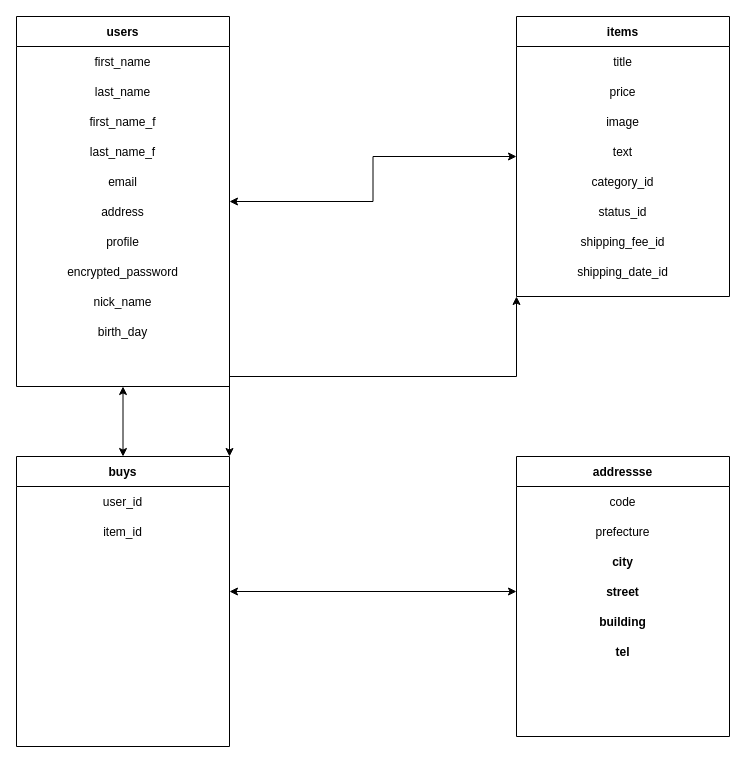
Above: er.dio in hiroforgithub/furima-32590 (draw.io), before the change. Source tidied: cells renumbered, new cells numbered last; positions are measured from the earlier drawing's top-left corner, leaving out a move shared by most shapes. Both pictures are drawn from the tidied source at 100%, with x=0, y=0 at pixel (16, 16).
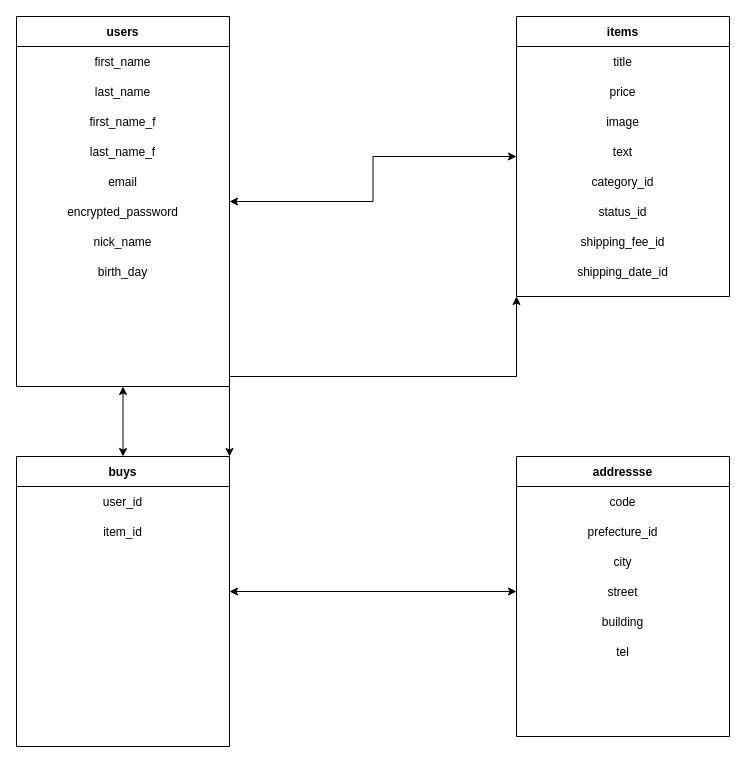
The same diagram, later.

Commit message (it also covers changes not shown here):
ER図・README記述（修正②）

Unchanged cells that the change refers to:
```xml
<mxCell id="4" value="users" style="shape=table;startSize=30;childLayout=tableLayout;rowLines=0;fontStyle=1;align=center;" parent="1" vertex="1">
  <mxGeometry width="213" height="370" as="geometry" />
</mxCell>
<mxCell id="47" style="shape=partialRectangle;fillColor=none;top=0;left=0;bottom=0;right=0;" parent="44" vertex="1">
  <mxGeometry y="60" width="213" height="30" as="geometry" />
</mxCell>
<mxCell id="49" style="shape=partialRectangle;fillColor=none;top=0;left=0;bottom=0;right=0;" parent="44" vertex="1">
  <mxGeometry y="90" width="213" height="30" as="geometry" />
</mxCell>
<mxCell id="51" style="shape=partialRectangle;fillColor=none;top=0;left=0;bottom=0;right=0;points=[[0,0.5],[1,0.5]];portConstraint=eastwest;" parent="44" vertex="1">
  <mxGeometry y="120" width="213" height="30" as="geometry" />
</mxCell>
<mxCell id="53" style="shape=partialRectangle;fillColor=none;top=0;left=0;bottom=0;right=0;" parent="44" vertex="1">
  <mxGeometry y="150" width="213" height="30" as="geometry" />
</mxCell>
<mxCell id="55" style="shape=partialRectangle;fillColor=none;top=0;left=0;bottom=0;right=0;" parent="44" vertex="1">
  <mxGeometry y="180" width="213" height="30" as="geometry" />
</mxCell>
```

Diff of the diagram source:
```diff
@@
-    <mxCell id="15" style="shape=partialRectangle;fillColor=none;top=0;left=0;bottom=0;right=0;" parent="4" vertex="1">
-      <mxGeometry y="180" width="213" height="30" as="geometry" />
-    </mxCell>
-    <mxCell id="16" value="address" style="shape=partialRectangle;fillColor=none;top=0;left=0;bottom=0;right=0;fontStyle=0;overflow=hidden;" parent="15" vertex="1">
-      <mxGeometry width="213" height="30" as="geometry" />
-    </mxCell>
-    <mxCell id="17" style="shape=partialRectangle;fillColor=none;top=0;left=0;bottom=0;right=0;" parent="4" vertex="1">
-      <mxGeometry y="210" width="213" height="30" as="geometry" />
-    </mxCell>
-    <mxCell id="18" value="profile" style="shape=partialRectangle;fillColor=none;top=0;left=0;bottom=0;right=0;fontStyle=0;overflow=hidden;" parent="17" vertex="1">
-      <mxGeometry width="213" height="30" as="geometry" />
-    </mxCell>
     <mxCell id="19" style="shape=partialRectangle;fillColor=none;top=0;left=0;bottom=0;right=0;" parent="4" vertex="1">
-      <mxGeometry y="240" width="213" height="30" as="geometry" />
+      <mxGeometry y="180" width="213" height="30" as="geometry" />
     </mxCell>
@@
     <mxCell id="21" style="shape=partialRectangle;fillColor=none;top=0;left=0;bottom=0;right=0;" parent="4" vertex="1">
-      <mxGeometry y="270" width="213" height="30" as="geometry" />
+      <mxGeometry y="210" width="213" height="30" as="geometry" />
     </mxCell>
@@
     <mxCell id="23" style="shape=partialRectangle;fillColor=none;top=0;left=0;bottom=0;right=0;" parent="4" vertex="1">
-      <mxGeometry y="300" width="213" height="30" as="geometry" />
+      <mxGeometry y="240" width="213" height="30" as="geometry" />
     </mxCell>
@@
+    <mxCell id="15" style="shape=partialRectangle;fillColor=none;top=0;left=0;bottom=0;right=0;" parent="4" vertex="1">
+      <mxGeometry y="270" width="213" height="30" as="geometry" />
+    </mxCell>
+    <mxCell id="16" style="shape=partialRectangle;fillColor=none;top=0;left=0;bottom=0;right=0;fontStyle=0;overflow=hidden;" parent="15" vertex="1">
+      <mxGeometry width="213" height="30" as="geometry" />
+    </mxCell>
+    <mxCell id="17" style="shape=partialRectangle;fillColor=none;top=0;left=0;bottom=0;right=0;" parent="4" vertex="1">
+      <mxGeometry y="300" width="213" height="30" as="geometry" />
+    </mxCell>
+    <mxCell id="18" style="shape=partialRectangle;fillColor=none;top=0;left=0;bottom=0;right=0;fontStyle=0;overflow=hidden;" parent="17" vertex="1">
+      <mxGeometry width="213" height="30" as="geometry" />
+    </mxCell>
@@
-    <mxCell id="48" value="prefecture" style="shape=partialRectangle;fillColor=none;top=0;left=0;bottom=0;right=0;overflow=hidden;" parent="47" vertex="1">
+    <mxCell id="48" value="prefecture_id" style="shape=partialRectangle;fillColor=none;top=0;left=0;bottom=0;right=0;overflow=hidden;" parent="47" vertex="1">
       <mxGeometry width="213" height="30" as="geometry" />
     </mxCell>
@@
-    <mxCell id="50" value="city" style="shape=partialRectangle;fillColor=none;top=0;left=0;bottom=0;right=0;fontStyle=1;overflow=hidden;" parent="49" vertex="1">
+    <mxCell id="50" value="city" style="shape=partialRectangle;fillColor=none;top=0;left=0;bottom=0;right=0;fontStyle=0;overflow=hidden;" parent="49" vertex="1">
       <mxGeometry width="213" height="30" as="geometry" />
     </mxCell>
@@
-    <mxCell id="52" value="street" style="shape=partialRectangle;fillColor=none;top=0;left=0;bottom=0;right=0;fontStyle=1;overflow=hidden;" parent="51" vertex="1">
+    <mxCell id="52" value="street" style="shape=partialRectangle;fillColor=none;top=0;left=0;bottom=0;right=0;fontStyle=0;overflow=hidden;" parent="51" vertex="1">
       <mxGeometry width="213" height="30" as="geometry" />
     </mxCell>
@@
-    <mxCell id="54" value="building" style="shape=partialRectangle;fillColor=none;top=0;left=0;bottom=0;right=0;fontStyle=1;overflow=hidden;" parent="53" vertex="1">
+    <mxCell id="54" value="building" style="shape=partialRectangle;fillColor=none;top=0;left=0;bottom=0;right=0;fontStyle=0;overflow=hidden;" parent="53" vertex="1">
       <mxGeometry width="213" height="30" as="geometry" />
     </mxCell>
@@
-    <mxCell id="56" value="tel" style="shape=partialRectangle;fillColor=none;top=0;left=0;bottom=0;right=0;fontStyle=1;overflow=hidden;" parent="55" vertex="1">
+    <mxCell id="56" value="tel" style="shape=partialRectangle;fillColor=none;top=0;left=0;bottom=0;right=0;fontStyle=0;overflow=hidden;" parent="55" vertex="1">
       <mxGeometry width="213" height="30" as="geometry" />
     </mxCell>
```
